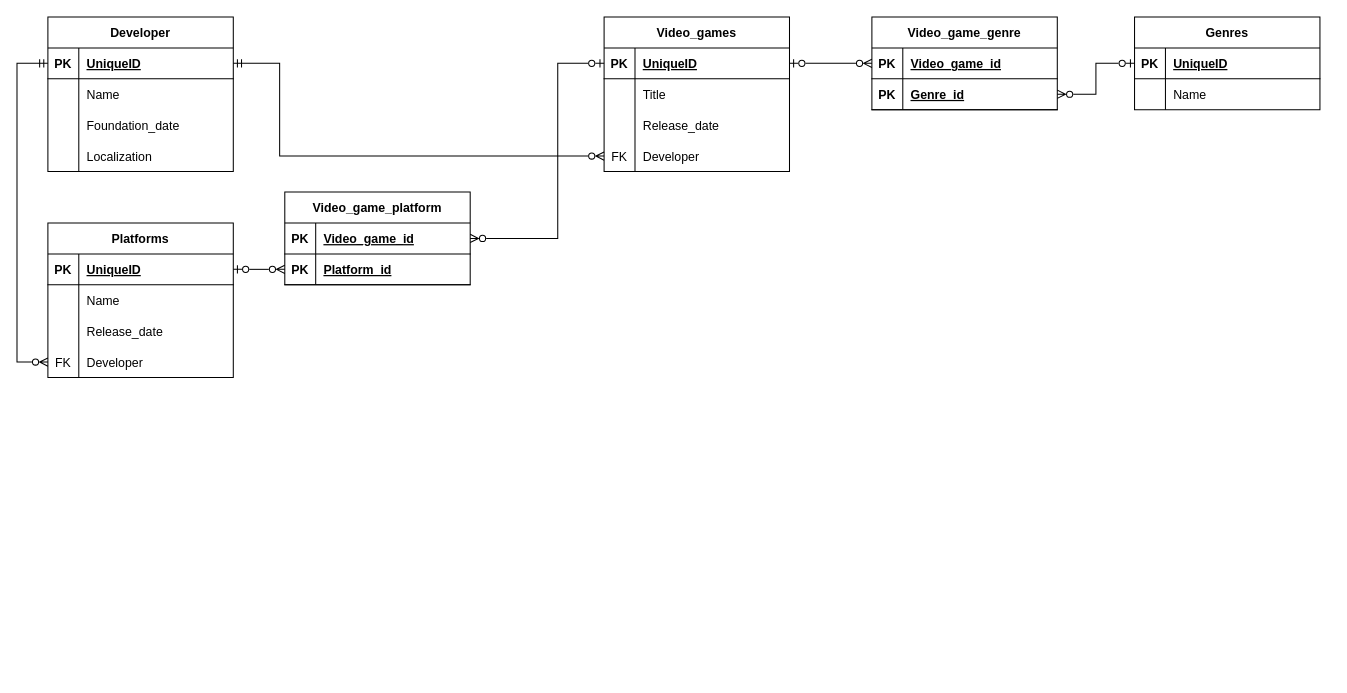
Above: backend/model/src/main/resources/MyVideogameListDBSchema.drawio in Froxteer/MyVideogameList (draw.io), before the change. Source tidied: cells renumbered, new cells numbered last; positions are measured from the earlier drawing's top-left corner, leaving out a move shared by most shapes. Both pictures are drawn from the tidied source at 103%, with x=0, y=0 at pixel (16, 16).
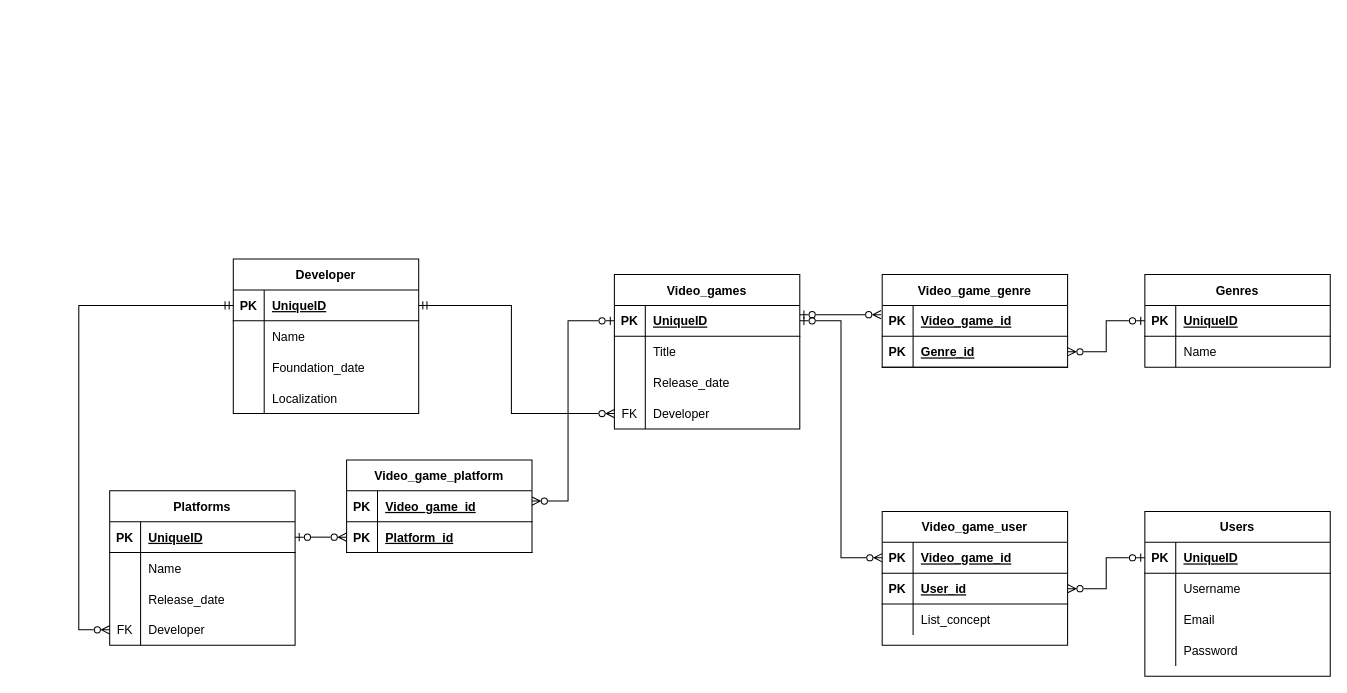
After the change.

Unchanged cells that the change refers to:
```xml
<mxCell id="3" style="shape=tableRow;horizontal=0;startSize=0;swimlaneHead=0;swimlaneBody=0;fillColor=none;points=[[0,0.5],[1,0.5]];portConstraint=eastwest;top=0;left=0;right=0;bottom=1;" parent="2" vertex="1">
  <mxGeometry y="30" width="180" height="30" as="geometry" />
</mxCell>
<mxCell id="12" style="shape=tableRow;horizontal=0;startSize=0;swimlaneHead=0;swimlaneBody=0;fillColor=none;points=[[0,0.5],[1,0.5]];portConstraint=eastwest;top=0;left=0;right=0;bottom=0;" parent="2" vertex="1">
  <mxGeometry y="120" width="180" height="30" as="geometry" />
</mxCell>
<mxCell id="23" style="shape=tableRow;horizontal=0;startSize=0;swimlaneHead=0;swimlaneBody=0;fillColor=none;points=[[0,0.5],[1,0.5]];portConstraint=eastwest;top=0;left=0;right=0;bottom=1;" parent="22" vertex="1">
  <mxGeometry y="30" width="180" height="30" as="geometry" />
</mxCell>
<mxCell id="32" style="shape=tableRow;horizontal=0;startSize=0;swimlaneHead=0;swimlaneBody=0;fillColor=none;points=[[0,0.5],[1,0.5]];portConstraint=eastwest;top=0;left=0;right=0;bottom=1;" parent="31" vertex="1">
  <mxGeometry y="30" width="180" height="30" as="geometry" />
</mxCell>
<mxCell id="55" style="shape=tableRow;horizontal=0;startSize=0;swimlaneHead=0;swimlaneBody=0;fillColor=none;points=[[0,0.5],[1,0.5]];portConstraint=eastwest;top=0;left=0;right=0;bottom=0;" parent="45" vertex="1">
  <mxGeometry y="120" width="180" height="30" as="geometry" />
</mxCell>
<mxCell id="59" style="shape=tableRow;horizontal=0;startSize=0;swimlaneHead=0;swimlaneBody=0;fillColor=none;points=[[0,0.5],[1,0.5]];portConstraint=eastwest;top=0;left=0;right=0;bottom=1;" parent="58" vertex="1">
  <mxGeometry y="30" width="180" height="30" as="geometry" />
</mxCell>
```

What changed in the source:
```diff
@@
     <mxCell id="2" value="Video_games" style="shape=table;startSize=30;childLayout=tableLayout;rowLines=0;fontStyle=1;align=center;" parent="1" vertex="1">
-      <mxGeometry x="570" width="180" height="150" as="geometry" />
+      <mxGeometry x="580" y="250" width="180" height="150" as="geometry" />
     </mxCell>
@@
     <mxCell id="15" value="Genres" style="shape=table;startSize=30;childLayout=tableLayout;rowLines=0;fontStyle=1;align=center;" parent="1" vertex="1">
-      <mxGeometry x="1085" width="180" height="90" as="geometry" />
+      <mxGeometry x="1095" y="250" width="180" height="90" as="geometry" />
     </mxCell>
@@
     <mxCell id="22" value="Video_game_genre" style="shape=table;startSize=30;childLayout=tableLayout;rowLines=0;fontStyle=1;align=center;" parent="1" vertex="1">
-      <mxGeometry x="830" width="180" height="90" as="geometry" />
+      <mxGeometry x="840" y="250" width="180" height="90" as="geometry" />
     </mxCell>
@@
-    <mxCell id="29" style="edgeStyle=orthogonalEdgeStyle;rounded=0;jettySize=auto;html=1;entryX=0;entryY=0.5;entryDx=0;entryDy=0;startArrow=ERzeroToOne;startFill=0;endArrow=ERzeroToMany;endFill=0;" parent="1" edge="1" source="3" target="23">
-      <mxGeometry relative="1" as="geometry" />
-    </mxCell>
@@
     <mxCell id="31" value="Developer" style="shape=table;startSize=30;childLayout=tableLayout;rowLines=0;fontStyle=1;align=center;" parent="1" vertex="1">
-      <mxGeometry x="30" width="180" height="150" as="geometry" />
+      <mxGeometry x="210" y="235" width="180" height="150" as="geometry" />
     </mxCell>
@@
-    <mxCell id="44" style="edgeStyle=orthogonalEdgeStyle;rounded=0;jettySize=auto;html=1;entryX=0;entryY=0.5;entryDx=0;entryDy=0;startArrow=ERmandOne;startFill=0;endArrow=ERzeroToMany;endFill=0;" parent="1" edge="1" source="32" target="12">
+    <mxCell id="44" style="edgeStyle=orthogonalEdgeStyle;rounded=0;jettySize=auto;html=1;entryX=0;entryY=0.5;entryDx=0;entryDy=0;startArrow=ERmandOne;startFill=0;endArrow=ERzeroToMany;endFill=0;exitX=1;exitY=0.5;exitDx=0;exitDy=0;" parent="1" edge="1" source="32" target="12">
       <mxGeometry relative="1" as="geometry">
         <Array as="points">
-          <mxPoint x="255" y="45" />
-          <mxPoint x="255" y="135" />
+          <mxPoint x="480" y="280" />
+          <mxPoint x="480" y="385" />
         </Array>
       </mxGeometry>
     </mxCell>
     <mxCell id="45" value="Platforms" style="shape=table;startSize=30;childLayout=tableLayout;rowLines=0;fontStyle=1;align=center;" parent="1" vertex="1">
-      <mxGeometry x="30" y="200" width="180" height="150" as="geometry" />
+      <mxGeometry x="90" y="460" width="180" height="150" as="geometry" />
     </mxCell>
@@
     <mxCell id="58" value="Video_game_platform" style="shape=table;startSize=30;childLayout=tableLayout;rowLines=0;fontStyle=1;align=center;" parent="1" vertex="1">
-      <mxGeometry x="260" y="170" width="180" height="90" as="geometry" />
+      <mxGeometry x="320" y="430" width="180" height="90" as="geometry" />
     </mxCell>
@@
-    <mxCell id="66" style="edgeStyle=orthogonalEdgeStyle;rounded=0;jettySize=auto;html=1;entryX=1;entryY=0.5;entryDx=0;entryDy=0;startArrow=ERzeroToOne;startFill=0;endArrow=ERzeroToMany;endFill=0;" parent="1" edge="1" source="3" target="59">
+    <mxCell id="66" style="edgeStyle=orthogonalEdgeStyle;rounded=0;jettySize=auto;html=1;startArrow=ERzeroToOne;startFill=0;endArrow=ERzeroToMany;endFill=0;" parent="1" edge="1" source="3">
       <mxGeometry relative="1" as="geometry">
+        <mxPoint x="500" y="470" as="targetPoint" />
         <Array as="points">
-          <mxPoint x="525" y="45" />
-          <mxPoint x="525" y="215" />
+          <mxPoint x="535" y="295" />
+          <mxPoint x="535" y="470" />
+          <mxPoint x="500" y="470" />
         </Array>
       </mxGeometry>
     </mxCell>
-    <mxCell id="67" style="edgeStyle=orthogonalEdgeStyle;rounded=0;jettySize=auto;html=1;entryX=0;entryY=0.5;entryDx=0;entryDy=0;startArrow=ERmandOne;startFill=0;endArrow=ERzeroToMany;endFill=0;" parent="1" edge="1" source="32" target="55">
+    <mxCell id="67" style="edgeStyle=orthogonalEdgeStyle;rounded=0;jettySize=auto;html=1;entryX=0;entryY=0.5;entryDx=0;entryDy=0;startArrow=ERmandOne;startFill=0;endArrow=ERzeroToMany;endFill=0;exitX=0;exitY=0.5;exitDx=0;exitDy=0;" parent="1" edge="1" source="32" target="55">
       <mxGeometry relative="1" as="geometry">
         <Array as="points">
-          <mxPoint y="45" />
-          <mxPoint y="335" />
+          <mxPoint x="60" y="280" />
+          <mxPoint x="60" y="595" />
         </Array>
       </mxGeometry>
     </mxCell>
+    <mxCell id="68" value="Users" style="shape=table;startSize=30;childLayout=tableLayout;rowLines=0;fontStyle=1;align=center;" parent="1" vertex="1">
+      <mxGeometry x="1095" y="480" width="180" height="160" as="geometry" />
+    </mxCell>
+    <mxCell id="69" style="shape=partialRectangle;fillColor=none;top=0;left=0;bottom=1;right=0;points=[[0,0.5],[1,0.5]];portConstraint=eastwest;" parent="68" vertex="1">
+      <mxGeometry y="30" width="180" height="30" as="geometry" />
+    </mxCell>
+    <mxCell id="70" value="PK" style="shape=partialRectangle;fillColor=none;top=0;left=0;bottom=0;right=0;fontStyle=1;overflow=hidden;" parent="69" vertex="1">
+      <mxGeometry width="30" height="30" as="geometry" />
+    </mxCell>
+    <mxCell id="71" value="UniqueID" style="shape=partialRectangle;fillColor=none;top=0;left=0;bottom=0;right=0;align=left;spacingLeft=6;fontStyle=5;overflow=hidden;" parent="69" vertex="1">
+      <mxGeometry x="30" width="150" height="30" as="geometry" />
+    </mxCell>
+    <mxCell id="72" style="shape=partialRectangle;fillColor=none;top=0;left=0;bottom=0;right=0;" parent="68" vertex="1">
+      <mxGeometry y="60" width="180" height="30" as="geometry" />
+    </mxCell>
+    <mxCell id="73" style="shape=partialRectangle;fillColor=none;top=0;left=0;bottom=0;right=0;overflow=hidden;" parent="72" vertex="1">
+      <mxGeometry width="30" height="30" as="geometry" />
+    </mxCell>
+    <mxCell id="74" value="Username" style="shape=partialRectangle;fillColor=none;top=0;left=0;bottom=0;right=0;align=left;spacingLeft=6;overflow=hidden;" parent="72" vertex="1">
+      <mxGeometry x="30" width="150" height="30" as="geometry" />
+    </mxCell>
+    <mxCell id="75" style="shape=partialRectangle;fillColor=none;top=0;left=0;bottom=0;right=0;" parent="68" vertex="1">
+      <mxGeometry y="90" width="180" height="30" as="geometry" />
+    </mxCell>
+    <mxCell id="76" style="shape=partialRectangle;fillColor=none;top=0;left=0;bottom=0;right=0;overflow=hidden;" parent="75" vertex="1">
+      <mxGeometry width="30" height="30" as="geometry" />
+    </mxCell>
+    <mxCell id="77" value="Email" style="shape=partialRectangle;fillColor=none;top=0;left=0;bottom=0;right=0;align=left;spacingLeft=6;overflow=hidden;" parent="75" vertex="1">
+      <mxGeometry x="30" width="150" height="30" as="geometry" />
+    </mxCell>
+    <mxCell id="78" style="shape=partialRectangle;fillColor=none;top=0;left=0;bottom=0;right=0;" parent="68" vertex="1">
+      <mxGeometry y="120" width="180" height="30" as="geometry" />
+    </mxCell>
+    <mxCell id="79" style="shape=partialRectangle;fillColor=none;top=0;left=0;bottom=0;right=0;overflow=hidden;" parent="78" vertex="1">
+      <mxGeometry width="30" height="30" as="geometry" />
+    </mxCell>
+    <mxCell id="80" value="Password" style="shape=partialRectangle;fillColor=none;top=0;left=0;bottom=0;right=0;align=left;spacingLeft=6;overflow=hidden;" parent="78" vertex="1">
+      <mxGeometry x="30" width="150" height="30" as="geometry" />
+    </mxCell>
+    <mxCell id="81" value="Video_game_user" style="shape=table;startSize=30;childLayout=tableLayout;rowLines=0;fontStyle=1;align=center;" parent="1" vertex="1">
+      <mxGeometry x="840" y="480" width="180" height="130" as="geometry" />
+    </mxCell>
+    <mxCell id="82" style="shape=partialRectangle;fillColor=none;top=0;left=0;bottom=1;right=0;points=[[0,0.5],[1,0.5]];portConstraint=eastwest;" parent="81" vertex="1">
+      <mxGeometry y="30" width="180" height="30" as="geometry" />
+    </mxCell>
+    <mxCell id="83" value="PK" style="shape=partialRectangle;fillColor=none;top=0;left=0;bottom=0;right=0;fontStyle=1;overflow=hidden;" parent="82" vertex="1">
+      <mxGeometry width="30" height="30" as="geometry" />
+    </mxCell>
+    <mxCell id="84" value="Video_game_id" style="shape=partialRectangle;fillColor=none;top=0;left=0;bottom=0;right=0;align=left;spacingLeft=6;fontStyle=5;overflow=hidden;" parent="82" vertex="1">
+      <mxGeometry x="30" width="150" height="30" as="geometry" />
+    </mxCell>
+    <mxCell id="85" style="shape=partialRectangle;fillColor=none;top=0;left=0;bottom=1;right=0;points=[[0,0.5],[1,0.5]];portConstraint=eastwest;" parent="81" vertex="1">
+      <mxGeometry y="60" width="180" height="30" as="geometry" />
+    </mxCell>
+    <mxCell id="86" value="PK" style="shape=partialRectangle;fillColor=none;top=0;left=0;bottom=0;right=0;fontStyle=1;overflow=hidden;" parent="85" vertex="1">
+      <mxGeometry width="30" height="30" as="geometry" />
+    </mxCell>
+    <mxCell id="87" value="User_id" style="shape=partialRectangle;fillColor=none;top=0;left=0;bottom=0;right=0;align=left;spacingLeft=6;fontStyle=5;overflow=hidden;" parent="85" vertex="1">
+      <mxGeometry x="30" width="150" height="30" as="geometry" />
+    </mxCell>
+    <mxCell id="88" style="shape=partialRectangle;fillColor=none;top=0;left=0;bottom=0;right=0;" parent="81" vertex="1">
+      <mxGeometry y="90" width="180" height="30" as="geometry" />
+    </mxCell>
+    <mxCell id="89" style="shape=partialRectangle;fillColor=none;top=0;left=0;bottom=0;right=0;overflow=hidden;" parent="88" vertex="1">
+      <mxGeometry width="30" height="30" as="geometry" />
+    </mxCell>
+    <mxCell id="90" value="List_concept" style="shape=partialRectangle;fillColor=none;top=0;left=0;bottom=0;right=0;align=left;spacingLeft=6;overflow=hidden;" parent="88" vertex="1">
+      <mxGeometry x="30" width="150" height="30" as="geometry" />
+    </mxCell>
+    <mxCell id="29" style="edgeStyle=orthogonalEdgeStyle;rounded=0;jettySize=auto;html=1;entryX=-0.006;entryY=0.3;entryDx=0;entryDy=0;entryPerimeter=0;startArrow=ERzeroToOne;startFill=0;endArrow=ERzeroToMany;endFill=0;" parent="1" edge="1" source="3" target="23">
+      <mxGeometry relative="1" as="geometry">
+        <Array as="points">
+          <mxPoint x="780" y="289" />
+          <mxPoint x="780" y="289" />
+        </Array>
+      </mxGeometry>
+    </mxCell>
+    <mxCell id="91" style="edgeStyle=orthogonalEdgeStyle;rounded=0;jettySize=auto;html=1;entryX=0;entryY=0.5;entryDx=0;entryDy=0;startArrow=ERzeroToOne;startFill=0;endArrow=ERzeroToMany;endFill=0;" parent="1" edge="1" source="3" target="82">
+      <mxGeometry relative="1" as="geometry" />
+    </mxCell>
+    <mxCell id="92" style="edgeStyle=orthogonalEdgeStyle;rounded=0;jettySize=auto;html=1;entryX=1;entryY=0.5;entryDx=0;entryDy=0;startArrow=ERzeroToOne;startFill=0;endArrow=ERzeroToMany;endFill=0;" parent="1" edge="1" source="69" target="85">
+      <mxGeometry relative="1" as="geometry" />
+    </mxCell>
```
